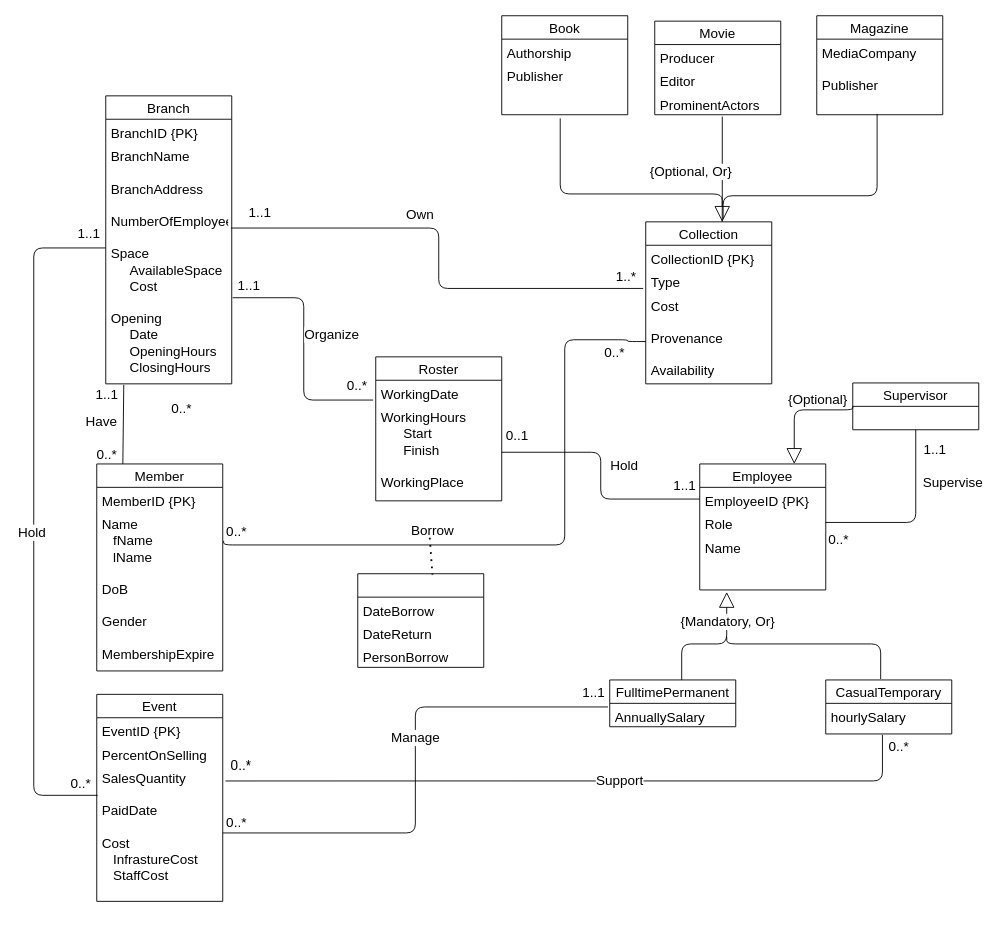
Before: Untitled Diagram.drawio in hades42/EER, a draw.io diagram. Source tidied: cells renumbered, new cells numbered last; positions are measured from the earlier drawing's top-left corner, leaving out a move shared by most shapes. Both pictures are drawn from the tidied source at 90%, with x=0, y=0 at pixel (33, 15).
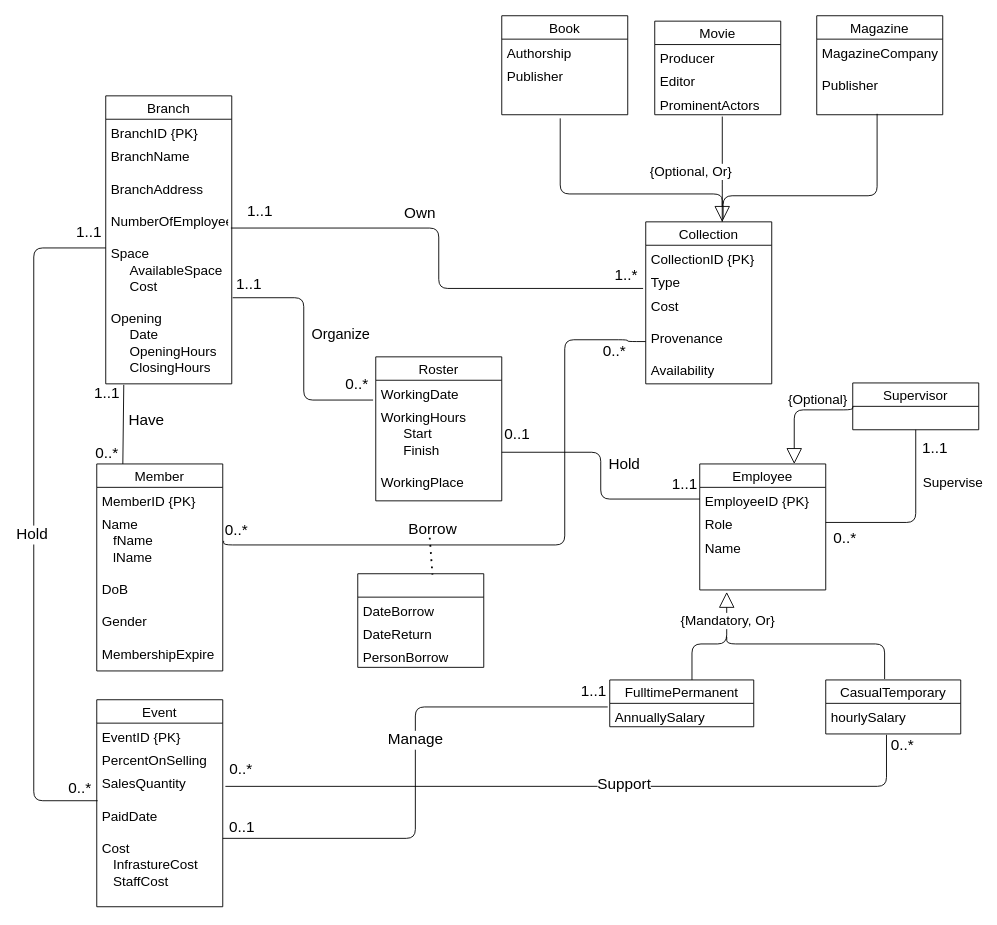
The same page after the edit.

The change refers to these unchanged cells:
```xml
<mxCell id="19" style="endArrow=none;html=1;strokeWidth=1;fontSize=15;exitX=1.007;exitY=0.188;exitDx=0;exitDy=0;exitPerimeter=0;edgeStyle=orthogonalEdgeStyle;" parent="1" edge="1" source="87">
  <mxGeometry relative="1" as="geometry">
    <mxPoint x="680" y="362" as="targetPoint" />
    <Array as="points">
      <mxPoint x="590" y="588" />
      <mxPoint x="590" y="360" />
      <mxPoint x="660" y="360" />
      <mxPoint x="660" y="362" />
    </Array>
  </mxGeometry>
</mxCell>
<mxCell id="25" style="endArrow=none;html=1;strokeWidth=1;fontSize=15;exitX=0.993;exitY=0.354;exitDx=0;exitDy=0;exitPerimeter=0;entryX=-0.021;entryY=0.846;entryDx=0;entryDy=0;entryPerimeter=0;edgeStyle=orthogonalEdgeStyle;" parent="1" edge="1" source="80" target="83">
  <mxGeometry relative="1" as="geometry" />
</mxCell>
<mxCell id="29" style="endArrow=none;html=1;strokeWidth=1;fontSize=15;entryX=0.143;entryY=1.004;entryDx=0;entryDy=0;entryPerimeter=0;exitX=0.207;exitY=0;exitDx=0;exitDy=0;exitPerimeter=0;" parent="1" edge="1" source="85" target="80">
  <mxGeometry relative="1" as="geometry" />
</mxCell>
<mxCell id="40" value="Magazine" style="swimlane;fontStyle=0;horizontal=1;startSize=26;fillColor=none;fontSize=15;" parent="1" vertex="1">
  <mxGeometry x="870" width="140" height="110" as="geometry" />
</mxCell>
<mxCell id="42" style="endArrow=none;html=1;strokeWidth=1;fontSize=15;entryX=-0.014;entryY=0.154;entryDx=0;entryDy=0;entryPerimeter=0;edgeStyle=elbowEdgeStyle;" parent="1" edge="1" source="8" target="14">
  <mxGeometry relative="1" as="geometry" />
</mxCell>
<mxCell id="48" style="endArrow=none;html=1;strokeWidth=1;fontSize=15;exitX=1.021;exitY=0.12;exitDx=0;exitDy=0;exitPerimeter=0;edgeStyle=orthogonalEdgeStyle;elbow=vertical;entryX=0.45;entryY=1.029;entryDx=0;entryDy=0;entryPerimeter=0;" parent="1" edge="1" source="8" target="47">
  <mxGeometry relative="1" as="geometry" />
</mxCell>
<mxCell id="52" style="endArrow=none;html=1;strokeWidth=1;fontSize=15;exitX=0.007;exitY=0.225;exitDx=0;exitDy=0;exitPerimeter=0;edgeStyle=elbowEdgeStyle;" parent="1" edge="1" source="8">
  <mxGeometry relative="1" as="geometry">
    <mxPoint x="80" y="258" as="targetPoint" />
    <Array as="points">
      <mxPoint y="560" />
    </Array>
  </mxGeometry>
</mxCell>
<mxCell id="63" style="endArrow=none;html=1;strokeWidth=1;fontSize=15;exitX=1;exitY=0.5;exitDx=0;exitDy=0;edgeStyle=orthogonalEdgeStyle;entryX=0.5;entryY=1;entryDx=0;entryDy=0;" parent="1" edge="1" source="17" target="62">
  <mxGeometry relative="1" as="geometry" />
</mxCell>
<mxCell id="70" style="endArrow=none;html=1;strokeWidth=1;fontSize=15;entryX=0;entryY=0.5;entryDx=0;entryDy=0;exitX=1;exitY=0.5;exitDx=0;exitDy=0;edgeStyle=orthogonalEdgeStyle;" parent="1" edge="1" source="69" target="16">
  <mxGeometry relative="1" as="geometry" />
</mxCell>
<mxCell id="74" style="endArrow=none;html=1;strokeWidth=1;fontSize=15;entryX=-0.021;entryY=0.846;entryDx=0;entryDy=0;exitX=1.007;exitY=0.643;exitDx=0;exitDy=0;exitPerimeter=0;entryPerimeter=0;edgeStyle=orthogonalEdgeStyle;" parent="1" edge="1" source="80" target="68">
  <mxGeometry relative="1" as="geometry" />
</mxCell>
```

Change to the diagram source:
```diff
@@
-    <mxCell id="5" value="Event" style="swimlane;fontStyle=0;horizontal=1;startSize=26;fillColor=none;fontSize=15;" parent="1" vertex="1">
-      <mxGeometry x="70" y="754" width="140" height="230" as="geometry" />
-    </mxCell>
-    <mxCell id="6" value="EventID {PK}" style="text;strokeColor=none;fillColor=none;align=left;verticalAlign=top;spacingLeft=4;spacingRight=4;overflow=hidden;fontSize=15;" parent="5" vertex="1">
-      <mxGeometry y="26" width="140" height="26" as="geometry" />
-    </mxCell>
-    <mxCell id="7" value="PercentOnSelling" style="text;strokeColor=none;fillColor=none;align=left;verticalAlign=top;spacingLeft=4;spacingRight=4;overflow=hidden;fontSize=15;" parent="5" vertex="1">
-      <mxGeometry y="52" width="140" height="26" as="geometry" />
-    </mxCell>
-    <mxCell id="8" value="SalesQuantity&#10;&#10;PaidDate&#10;&#10;Cost&#10;   InfrastureCost&#10;   StaffCost&#10;&#10;" style="text;strokeColor=none;fillColor=none;align=left;verticalAlign=top;spacingLeft=4;spacingRight=4;overflow=hidden;points=[[0,0.5],[1,0.5]];portConstraint=eastwest;fontSize=15;" parent="5" vertex="1">
-      <mxGeometry y="78" width="140" height="152" as="geometry" />
-    </mxCell>
@@
     <mxCell id="13" value="FulltimePermanent" style="swimlane;fontStyle=0;horizontal=1;startSize=26;fillColor=none;fontSize=15;" parent="1" vertex="1">
-      <mxGeometry x="640" y="738" width="140" height="52" as="geometry" />
+      <mxGeometry x="640" y="738" width="160" height="52" as="geometry" />
     </mxCell>
     <mxCell id="14" value="AnnuallySalary" style="text;strokeColor=none;fillColor=none;align=left;verticalAlign=top;spacingLeft=4;spacingRight=4;overflow=hidden;points=[[0,0.5],[1,0.5]];portConstraint=eastwest;fontSize=15;" parent="13" vertex="1">
-      <mxGeometry y="26" width="140" height="26" as="geometry" />
+      <mxGeometry y="26" width="160" height="26" as="geometry" />
     </mxCell>
@@
-    <mxCell id="20" value="Borrow" style="edgeLabel;html=1;align=center;verticalAlign=middle;fontSize=15;" parent="19" vertex="1">
+    <mxCell id="20" value="&lt;font style=&quot;font-size: 17px&quot;&gt;Borrow&lt;/font&gt;" style="edgeLabel;html=1;align=center;verticalAlign=middle;fontSize=15;" parent="19" vertex="1">
       <mxGeometry x="-0.29" relative="1" as="geometry">
         <mxPoint x="-14" y="-17.9" as="offset" />
       </mxGeometry>
     </mxCell>
-    <mxCell id="21" value="0..*" style="edgeLabel;html=1;align=center;verticalAlign=middle;fontSize=15;" parent="19" vertex="1">
-      <mxGeometry x="0.49" y="438" relative="1" as="geometry">
-        <mxPoint x="11" y="-11.8" as="offset" />
-      </mxGeometry>
-    </mxCell>
-    <mxCell id="22" value="0..*" style="edgeLabel;html=1;align=center;verticalAlign=middle;fontSize=15;" parent="19" vertex="1">
+    <mxCell id="22" value="&lt;font style=&quot;font-size: 17px&quot;&gt;0..*&lt;/font&gt;" style="edgeLabel;html=1;align=center;verticalAlign=middle;fontSize=15;" parent="19" vertex="1">
       <mxGeometry x="0.96" y="-2" relative="1" as="geometry">
         <mxPoint x="-21.1" y="9" as="offset" />
       </mxGeometry>
     </mxCell>
-    <mxCell id="23" value="0..*&lt;br style=&quot;font-size: 15px;&quot;&gt;" style="edgeLabel;html=1;align=center;verticalAlign=middle;fontSize=15;" parent="19" vertex="1">
+    <mxCell id="23" value="&lt;font style=&quot;font-size: 17px&quot;&gt;0..*&lt;/font&gt;" style="edgeLabel;html=1;align=center;verticalAlign=middle;fontSize=15;" parent="19" vertex="1">
       <mxGeometry x="-0.95" y="2" relative="1" as="geometry">
         <mxPoint y="-13.9" as="offset" />
       </mxGeometry>
     </mxCell>
@@
-    <mxCell id="26" value="1..*" style="edgeLabel;html=1;align=center;verticalAlign=middle;fontSize=15;" parent="25" vertex="1">
+    <mxCell id="26" value="&lt;font style=&quot;font-size: 17px&quot;&gt;1..*&lt;/font&gt;" style="edgeLabel;html=1;align=center;verticalAlign=middle;fontSize=15;" parent="25" vertex="1">
       <mxGeometry x="0.94" y="2" relative="1" as="geometry">
         <mxPoint x="-3.1" y="-12" as="offset" />
       </mxGeometry>
     </mxCell>
-    <mxCell id="27" value="1..1" style="edgeLabel;html=1;align=center;verticalAlign=middle;fontSize=15;" parent="25" vertex="1">
+    <mxCell id="27" value="&lt;font style=&quot;font-size: 17px&quot;&gt;1..1&lt;/font&gt;" style="edgeLabel;html=1;align=center;verticalAlign=middle;fontSize=15;" parent="25" vertex="1">
       <mxGeometry x="-0.09" y="-207" relative="1" as="geometry">
         <mxPoint x="7" y="-26.5" as="offset" />
       </mxGeometry>
     </mxCell>
-    <mxCell id="28" value="Own" style="edgeLabel;html=1;align=center;verticalAlign=middle;fontSize=15;" parent="25" vertex="1">
+    <mxCell id="28" value="&lt;font style=&quot;font-size: 17px&quot;&gt;Own&lt;/font&gt;" style="edgeLabel;html=1;align=center;verticalAlign=middle;fontSize=15;" parent="25" vertex="1">
       <mxGeometry x="-0.25" relative="1" as="geometry">
         <mxPoint x="12.2" y="-16.2" as="offset" />
       </mxGeometry>
     </mxCell>
@@
-    <mxCell id="30" value="0..*" style="edgeLabel;html=1;align=center;verticalAlign=middle;fontSize=15;" parent="29" vertex="1">
+    <mxCell id="30" value="&lt;font style=&quot;font-size: 17px&quot;&gt;0..*&lt;/font&gt;" style="edgeLabel;html=1;align=center;verticalAlign=middle;fontSize=15;" parent="29" vertex="1">
       <mxGeometry x="-0.62" relative="1" as="geometry">
         <mxPoint x="-18.4" y="5" as="offset" />
       </mxGeometry>
     </mxCell>
-    <mxCell id="31" value="1..1" style="edgeLabel;html=1;align=center;verticalAlign=middle;fontSize=15;" parent="29" vertex="1">
+    <mxCell id="31" value="&lt;font style=&quot;font-size: 17px&quot;&gt;1..1&lt;/font&gt;" style="edgeLabel;html=1;align=center;verticalAlign=middle;fontSize=15;" parent="29" vertex="1">
       <mxGeometry x="0.8" relative="1" as="geometry">
         <mxPoint x="-19.9" as="offset" />
       </mxGeometry>
     </mxCell>
-    <mxCell id="32" value="Have" style="text;html=1;align=center;verticalAlign=middle;fontSize=15;" parent="1" vertex="1">
-      <mxGeometry x="50" y="440" width="50" height="20" as="geometry" />
+    <mxCell id="32" value="&lt;font style=&quot;font-size: 17px&quot;&gt;Have&lt;/font&gt;" style="text;html=1;align=center;verticalAlign=middle;fontSize=15;" parent="1" vertex="1">
+      <mxGeometry x="95" y="440" width="60" height="20" as="geometry" />
     </mxCell>
@@
-    <mxCell id="41" value="MediaCompany&#10;&#10;Publisher" style="text;strokeColor=none;fillColor=none;align=left;verticalAlign=top;spacingLeft=4;spacingRight=4;overflow=hidden;points=[[0,0.5],[1,0.5]];portConstraint=eastwest;fontSize=15;" parent="40" vertex="1">
+    <mxCell id="41" value="MagazineCompany&#10;&#10;Publisher" style="text;strokeColor=none;fillColor=none;align=left;verticalAlign=top;spacingLeft=4;spacingRight=4;overflow=hidden;points=[[0,0.5],[1,0.5]];portConstraint=eastwest;fontSize=15;" parent="40" vertex="1">
       <mxGeometry y="26" width="140" height="84" as="geometry" />
     </mxCell>
@@
-    <mxCell id="43" value="Manage" style="edgeLabel;html=1;align=center;verticalAlign=middle;fontSize=15;" parent="42" vertex="1">
+    <mxCell id="43" value="&lt;font style=&quot;font-size: 17px&quot;&gt;Manage&lt;/font&gt;" style="edgeLabel;html=1;align=center;verticalAlign=middle;fontSize=15;" parent="42" vertex="1">
       <mxGeometry x="0.06" y="1" relative="1" as="geometry">
         <mxPoint y="-20" as="offset" />
       </mxGeometry>
     </mxCell>
-    <mxCell id="44" value="0..*" style="edgeLabel;html=1;align=center;verticalAlign=middle;fontSize=15;" parent="42" vertex="1">
+    <mxCell id="44" value="&lt;font style=&quot;font-size: 17px&quot;&gt;0..1&lt;/font&gt;" style="edgeLabel;html=1;align=center;verticalAlign=middle;fontSize=15;" parent="42" vertex="1">
       <mxGeometry x="-0.95" y="1" relative="1" as="geometry">
-        <mxPoint y="-12" as="offset" />
+        <mxPoint x="6.2" y="-12" as="offset" />
       </mxGeometry>
     </mxCell>
-    <mxCell id="45" value="1..1" style="edgeLabel;html=1;align=center;verticalAlign=middle;fontSize=15;" parent="42" vertex="1">
+    <mxCell id="45" value="&lt;font style=&quot;font-size: 17px&quot;&gt;1..1&lt;/font&gt;" style="edgeLabel;html=1;align=center;verticalAlign=middle;fontSize=15;" parent="42" vertex="1">
       <mxGeometry x="0.94" y="2" relative="1" as="geometry">
         <mxPoint y="-16" as="offset" />
       </mxGeometry>
     </mxCell>
     <mxCell id="46" value="CasualTemporary" style="swimlane;fontStyle=0;horizontal=1;startSize=26;fillColor=none;fontSize=15;" parent="1" vertex="1">
-      <mxGeometry x="880" y="738" width="140" height="60" as="geometry" />
+      <mxGeometry x="880" y="738" width="150" height="60" as="geometry" />
     </mxCell>
     <mxCell id="47" value="hourlySalary" style="text;strokeColor=none;fillColor=none;align=left;verticalAlign=top;spacingLeft=4;spacingRight=4;overflow=hidden;points=[[0,0.5],[1,0.5]];portConstraint=eastwest;fontSize=15;" parent="46" vertex="1">
-      <mxGeometry y="26" width="140" height="34" as="geometry" />
+      <mxGeometry y="26" width="150" height="34" as="geometry" />
     </mxCell>
@@
-    <mxCell id="49" value="Support" style="edgeLabel;html=1;align=center;verticalAlign=middle;fontSize=15;" parent="48" vertex="1">
+    <mxCell id="49" value="&lt;font style=&quot;font-size: 17px&quot;&gt;Support&lt;/font&gt;" style="edgeLabel;html=1;align=center;verticalAlign=middle;fontSize=15;" parent="48" vertex="1">
       <mxGeometry x="0.12" y="2" relative="1" as="geometry" />
     </mxCell>
-    <mxCell id="50" value="0..*" style="edgeLabel;html=1;align=center;verticalAlign=middle;fontSize=15;" parent="48" vertex="1">
+    <mxCell id="50" value="&lt;font style=&quot;font-size: 17px&quot;&gt;0..*&lt;/font&gt;" style="edgeLabel;html=1;align=center;verticalAlign=middle;fontSize=15;" parent="48" vertex="1">
       <mxGeometry x="-0.99" relative="1" as="geometry">
         <mxPoint x="12.1" y="-19" as="offset" />
       </mxGeometry>
     </mxCell>
-    <mxCell id="51" value="0..*" style="edgeLabel;html=1;align=center;verticalAlign=middle;fontSize=15;" parent="48" vertex="1">
+    <mxCell id="51" value="&lt;font style=&quot;font-size: 17px&quot;&gt;0..*&lt;/font&gt;" style="edgeLabel;html=1;align=center;verticalAlign=middle;fontSize=15;" parent="48" vertex="1">
       <mxGeometry x="0.97" y="-2" relative="1" as="geometry">
         <mxPoint x="15" as="offset" />
       </mxGeometry>
     </mxCell>
@@
-    <mxCell id="53" value="Hold" style="edgeLabel;html=1;align=center;verticalAlign=middle;fontSize=15;" parent="52" vertex="1">
+    <mxCell id="53" value="&lt;font style=&quot;font-size: 17px&quot;&gt;Hold&lt;/font&gt;" style="edgeLabel;html=1;align=center;verticalAlign=middle;fontSize=15;" parent="52" vertex="1">
       <mxGeometry x="-0.04" y="3" relative="1" as="geometry" />
     </mxCell>
-    <mxCell id="54" value="0..*" style="edgeLabel;html=1;align=center;verticalAlign=middle;fontSize=15;" parent="52" vertex="1">
+    <mxCell id="54" value="&lt;font style=&quot;font-size: 17px&quot;&gt;0..*&lt;/font&gt;" style="edgeLabel;html=1;align=center;verticalAlign=middle;fontSize=15;" parent="52" vertex="1">
       <mxGeometry x="-0.92" y="2" relative="1" as="geometry">
         <mxPoint x="11" y="-15.9" as="offset" />
       </mxGeometry>
     </mxCell>
-    <mxCell id="55" value="1..1" style="edgeLabel;html=1;align=center;verticalAlign=middle;fontSize=15;" parent="52" vertex="1">
+    <mxCell id="55" value="&lt;font style=&quot;font-size: 17px&quot;&gt;1..1&lt;/font&gt;" style="edgeLabel;html=1;align=center;verticalAlign=middle;fontSize=15;" parent="52" vertex="1">
       <mxGeometry x="0.95" y="-1" relative="1" as="geometry">
         <mxPoint y="-19" as="offset" />
       </mxGeometry>
     </mxCell>
@@
-    <mxCell id="65" value="0..*" style="edgeLabel;html=1;align=center;verticalAlign=middle;fontSize=15;" parent="63" vertex="1">
+    <mxCell id="65" value="&lt;font style=&quot;font-size: 17px&quot;&gt;0..*&lt;/font&gt;" style="edgeLabel;html=1;align=center;verticalAlign=middle;fontSize=15;" parent="63" vertex="1">
       <mxGeometry x="-0.87" y="1" relative="1" as="geometry">
-        <mxPoint y="18" as="offset" />
+        <mxPoint x="7.5" y="18" as="offset" />
       </mxGeometry>
     </mxCell>
-    <mxCell id="66" value="1..1" style="edgeLabel;html=1;align=center;verticalAlign=middle;fontSize=15;" parent="63" vertex="1">
+    <mxCell id="66" value="&lt;font style=&quot;font-size: 17px&quot;&gt;1..1&lt;/font&gt;" style="edgeLabel;html=1;align=center;verticalAlign=middle;fontSize=15;" parent="63" vertex="1">
       <mxGeometry x="0.92" y="1" relative="1" as="geometry">
         <mxPoint x="21" y="12" as="offset" />
       </mxGeometry>
     </mxCell>
@@
-    <mxCell id="71" value="Hold" style="edgeLabel;html=1;align=center;verticalAlign=middle;fontSize=15;" parent="70" vertex="1">
+    <mxCell id="71" value="&lt;font style=&quot;font-size: 17px&quot;&gt;Hold&lt;/font&gt;" style="edgeLabel;html=1;align=center;verticalAlign=middle;fontSize=15;" parent="70" vertex="1">
       <mxGeometry x="0.62" y="1" relative="1" as="geometry">
         <mxPoint x="-33" y="-38" as="offset" />
       </mxGeometry>
     </mxCell>
-    <mxCell id="72" value="0..1" style="edgeLabel;html=1;align=center;verticalAlign=middle;fontSize=15;" parent="70" vertex="1">
+    <mxCell id="72" value="&lt;font style=&quot;font-size: 17px&quot;&gt;0..1&lt;/font&gt;" style="edgeLabel;html=1;align=center;verticalAlign=middle;fontSize=15;" parent="70" vertex="1">
       <mxGeometry x="-0.88" relative="1" as="geometry">
         <mxPoint y="-20" as="offset" />
       </mxGeometry>
     </mxCell>
-    <mxCell id="73" value="1..1" style="edgeLabel;html=1;align=center;verticalAlign=middle;fontSize=15;" parent="70" vertex="1">
+    <mxCell id="73" value="&lt;font style=&quot;font-size: 17px&quot;&gt;1..1&lt;/font&gt;" style="edgeLabel;html=1;align=center;verticalAlign=middle;fontSize=15;" parent="70" vertex="1">
       <mxGeometry x="0.88" y="-3" relative="1" as="geometry">
         <mxPoint x="-2" y="-20" as="offset" />
       </mxGeometry>
     </mxCell>
@@
-    <mxCell id="75" value="Organize" style="edgeLabel;html=1;align=center;verticalAlign=middle;fontSize=15;" parent="74" vertex="1">
+    <mxCell id="75" value="&lt;font style=&quot;font-size: 16px&quot;&gt;Organize&lt;/font&gt;" style="edgeLabel;html=1;align=center;verticalAlign=middle;fontSize=15;" parent="74" vertex="1">
       <mxGeometry x="-0.06" y="-2" relative="1" as="geometry">
-        <mxPoint x="32" y="-8" as="offset" />
+        <mxPoint x="42" y="-8" as="offset" />
       </mxGeometry>
     </mxCell>
-    <mxCell id="76" value="0..*" style="edgeLabel;html=1;align=center;verticalAlign=middle;fontSize=15;" parent="74" vertex="1">
+    <mxCell id="76" value="&lt;font style=&quot;font-size: 17px&quot;&gt;0..*&lt;/font&gt;" style="edgeLabel;html=1;align=center;verticalAlign=middle;fontSize=15;" parent="74" vertex="1">
       <mxGeometry x="0.86" y="-1" relative="1" as="geometry">
         <mxPoint y="-18" as="offset" />
       </mxGeometry>
     </mxCell>
-    <mxCell id="77" value="1..1" style="edgeLabel;html=1;align=center;verticalAlign=middle;fontSize=15;" parent="74" vertex="1">
+    <mxCell id="77" value="&lt;font style=&quot;font-size: 17px&quot;&gt;1..1&lt;/font&gt;" style="edgeLabel;html=1;align=center;verticalAlign=middle;fontSize=15;" parent="74" vertex="1">
       <mxGeometry x="-0.96" y="3" relative="1" as="geometry">
         <mxPoint x="13" y="-12" as="offset" />
       </mxGeometry>
     </mxCell>
@@
+    <mxCell id="5" value="Event" style="swimlane;fontStyle=0;horizontal=1;startSize=26;fillColor=none;fontSize=15;" parent="1" vertex="1">
+      <mxGeometry x="70" y="760" width="140" height="230" as="geometry" />
+    </mxCell>
+    <mxCell id="6" value="EventID {PK}" style="text;strokeColor=none;fillColor=none;align=left;verticalAlign=top;spacingLeft=4;spacingRight=4;overflow=hidden;fontSize=15;" parent="5" vertex="1">
+      <mxGeometry y="26" width="140" height="26" as="geometry" />
+    </mxCell>
+    <mxCell id="7" value="PercentOnSelling" style="text;strokeColor=none;fillColor=none;align=left;verticalAlign=top;spacingLeft=4;spacingRight=4;overflow=hidden;fontSize=15;" parent="5" vertex="1">
+      <mxGeometry y="52" width="140" height="26" as="geometry" />
+    </mxCell>
+    <mxCell id="8" value="SalesQuantity&#10;&#10;PaidDate&#10;&#10;Cost&#10;   InfrastureCost&#10;   StaffCost&#10;&#10;" style="text;strokeColor=none;fillColor=none;align=left;verticalAlign=top;spacingLeft=4;spacingRight=4;overflow=hidden;points=[[0,0.5],[1,0.5]];portConstraint=eastwest;fontSize=15;" parent="5" vertex="1">
+      <mxGeometry y="78" width="140" height="152" as="geometry" />
+    </mxCell>
```
